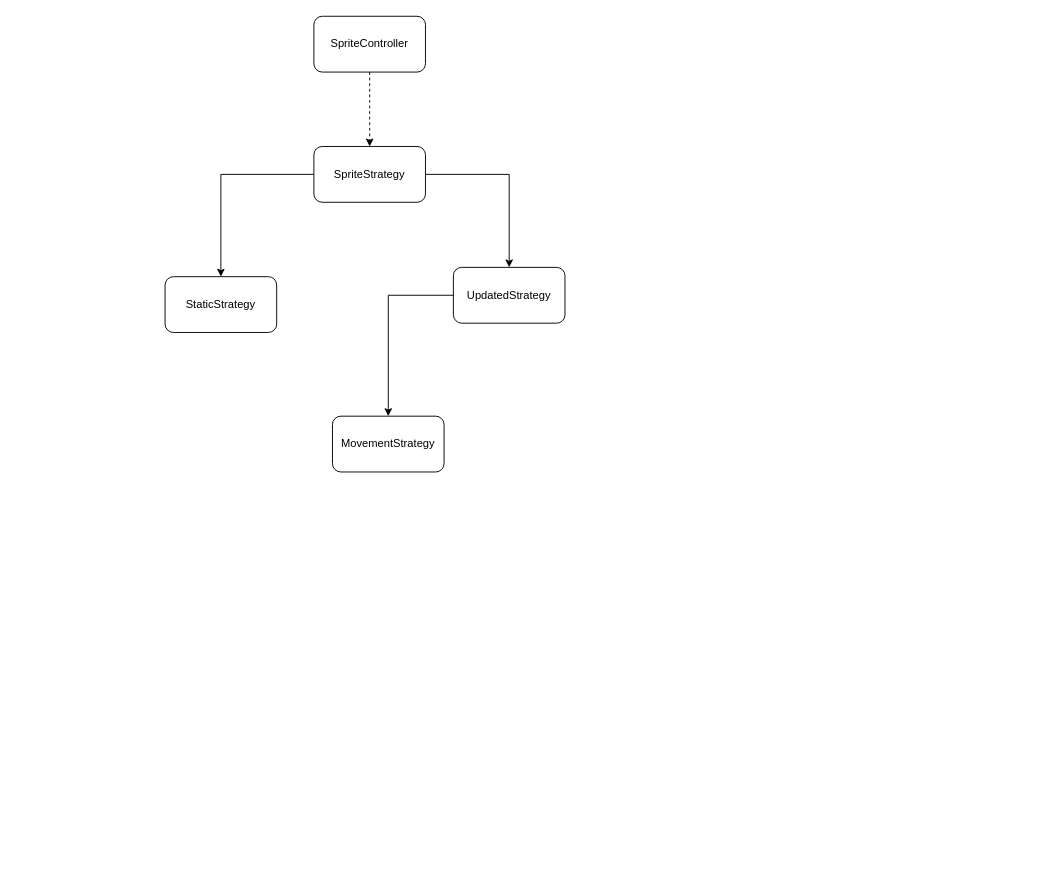
Earlier version of the draw.io diagram doc/Controller-strategy.drawio (lotcz/theSeed). Source tidied: cells renumbered, new cells numbered last; positions are measured from the earlier drawing's top-left corner, leaving out a move shared by most shapes. Both pictures are drawn from the tidied source at 93%, with x=0, y=0 at pixel (165, 16).
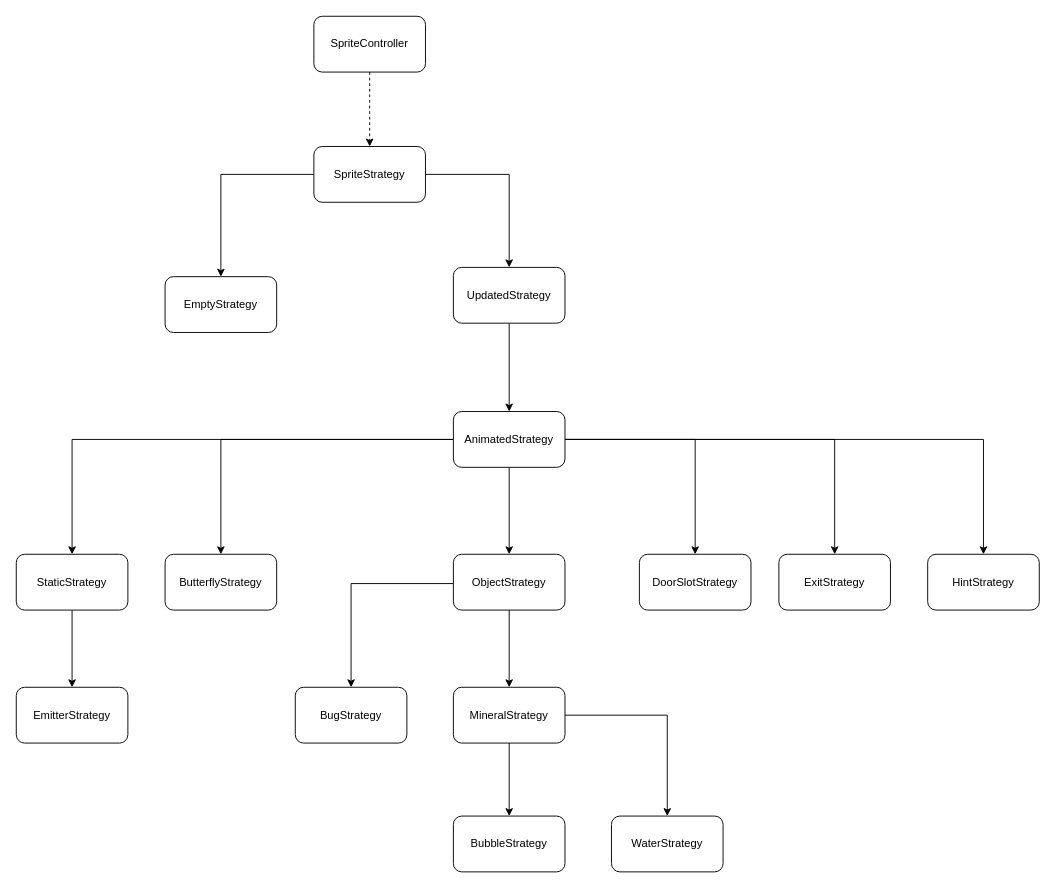
Above is the later version.

What changed in the source:
```diff
@@
-    <mxCell id="7" value="StaticStrategy&lt;br&gt;" style="whiteSpace=wrap;html=1;rounded=1;" parent="1" vertex="1">
+    <mxCell id="7" value="EmptyStrategy" style="whiteSpace=wrap;html=1;rounded=1;" parent="1" vertex="1">
       <mxGeometry y="280" width="120" height="60" as="geometry" />
     </mxCell>
@@
+    <mxCell id="11" style="edgeStyle=orthogonalEdgeStyle;rounded=0;jettySize=auto;html=1;" parent="1" edge="1" source="10" target="17">
+      <mxGeometry relative="1" as="geometry" />
+    </mxCell>
@@
+    <mxCell id="12" style="edgeStyle=orthogonalEdgeStyle;rounded=0;jettySize=auto;html=1;" parent="1" edge="1" source="10" target="18">
+      <mxGeometry relative="1" as="geometry" />
+    </mxCell>
+    <mxCell id="13" style="edgeStyle=orthogonalEdgeStyle;rounded=0;jettySize=auto;html=1;" parent="1" edge="1" source="10" target="19">
+      <mxGeometry relative="1" as="geometry" />
+    </mxCell>
+    <mxCell id="14" style="edgeStyle=orthogonalEdgeStyle;rounded=0;jettySize=auto;html=1;" parent="1" edge="1" source="10" target="21">
+      <mxGeometry relative="1" as="geometry" />
+    </mxCell>
+    <mxCell id="15" style="edgeStyle=orthogonalEdgeStyle;rounded=0;jettySize=auto;html=1;" parent="1" edge="1" source="10" target="25">
+      <mxGeometry relative="1" as="geometry" />
+    </mxCell>
+    <mxCell id="16" style="edgeStyle=orthogonalEdgeStyle;rounded=0;jettySize=auto;html=1;" parent="1" edge="1" source="10" target="32">
+      <mxGeometry relative="1" as="geometry" />
+    </mxCell>
-    <mxCell id="10" value="MovementStrategy" style="whiteSpace=wrap;html=1;rounded=1;" parent="1" vertex="1">
-      <mxGeometry x="180" y="430" width="120" height="60" as="geometry" />
+    <mxCell id="10" value="AnimatedStrategy" style="whiteSpace=wrap;html=1;rounded=1;" parent="1" vertex="1">
+      <mxGeometry x="310" y="425" width="120" height="60" as="geometry" />
     </mxCell>
+    <mxCell id="17" value="DoorSlotStrategy" style="rounded=1;whiteSpace=wrap;html=1;" parent="1" vertex="1">
+      <mxGeometry x="510" y="578.5" width="120" height="60" as="geometry" />
+    </mxCell>
+    <mxCell id="18" value="ExitStrategy" style="rounded=1;whiteSpace=wrap;html=1;" parent="1" vertex="1">
+      <mxGeometry x="660" y="578.5" width="120" height="60" as="geometry" />
+    </mxCell>
+    <mxCell id="19" value="HintStrategy" style="whiteSpace=wrap;html=1;rounded=1;" parent="1" vertex="1">
+      <mxGeometry x="820" y="578.5" width="120" height="60" as="geometry" />
+    </mxCell>
+    <mxCell id="20" style="edgeStyle=orthogonalEdgeStyle;rounded=0;jettySize=auto;html=1;" parent="1" edge="1" source="21" target="22">
+      <mxGeometry relative="1" as="geometry" />
+    </mxCell>
+    <mxCell id="21" value="StaticStrategy" style="whiteSpace=wrap;html=1;rounded=1;" parent="1" vertex="1">
+      <mxGeometry x="-160" y="578.5" width="120" height="60" as="geometry" />
+    </mxCell>
+    <mxCell id="22" value="EmitterStrategy" style="whiteSpace=wrap;html=1;rounded=1;" parent="1" vertex="1">
+      <mxGeometry x="-160" y="721.5" width="120" height="60" as="geometry" />
+    </mxCell>
+    <mxCell id="23" style="edgeStyle=orthogonalEdgeStyle;rounded=0;jettySize=auto;html=1;" parent="1" edge="1" source="25" target="28">
+      <mxGeometry relative="1" as="geometry" />
+    </mxCell>
+    <mxCell id="24" style="edgeStyle=orthogonalEdgeStyle;rounded=0;jettySize=auto;html=1;" parent="1" edge="1" source="25" target="29">
+      <mxGeometry relative="1" as="geometry">
+        <Array as="points">
+          <mxPoint x="200" y="610" />
+        </Array>
+      </mxGeometry>
+    </mxCell>
+    <mxCell id="25" value="ObjectStrategy" style="rounded=1;whiteSpace=wrap;html=1;" parent="1" vertex="1">
+      <mxGeometry x="310" y="578.5" width="120" height="60" as="geometry" />
+    </mxCell>
+    <mxCell id="26" style="edgeStyle=orthogonalEdgeStyle;rounded=0;jettySize=auto;html=1;" parent="1" edge="1" source="28" target="30">
+      <mxGeometry relative="1" as="geometry" />
+    </mxCell>
+    <mxCell id="27" style="edgeStyle=orthogonalEdgeStyle;rounded=0;jettySize=auto;html=1;" parent="1" edge="1" source="28" target="31">
+      <mxGeometry relative="1" as="geometry" />
+    </mxCell>
+    <mxCell id="28" value="MineralStrategy" style="whiteSpace=wrap;html=1;rounded=1;" parent="1" vertex="1">
+      <mxGeometry x="310" y="721.5" width="120" height="60" as="geometry" />
+    </mxCell>
+    <mxCell id="29" value="BugStrategy" style="whiteSpace=wrap;html=1;rounded=1;" parent="1" vertex="1">
+      <mxGeometry x="140" y="721.5" width="120" height="60" as="geometry" />
+    </mxCell>
+    <mxCell id="30" value="BubbleStrategy" style="whiteSpace=wrap;html=1;rounded=1;" parent="1" vertex="1">
+      <mxGeometry x="310" y="860" width="120" height="60" as="geometry" />
+    </mxCell>
+    <mxCell id="31" value="WaterStrategy" style="whiteSpace=wrap;html=1;rounded=1;" parent="1" vertex="1">
+      <mxGeometry x="480" y="860" width="120" height="60" as="geometry" />
+    </mxCell>
+    <mxCell id="32" value="ButterflyStrategy" style="rounded=1;whiteSpace=wrap;html=1;" parent="1" vertex="1">
+      <mxGeometry y="578.5" width="120" height="60" as="geometry" />
+    </mxCell>
```
